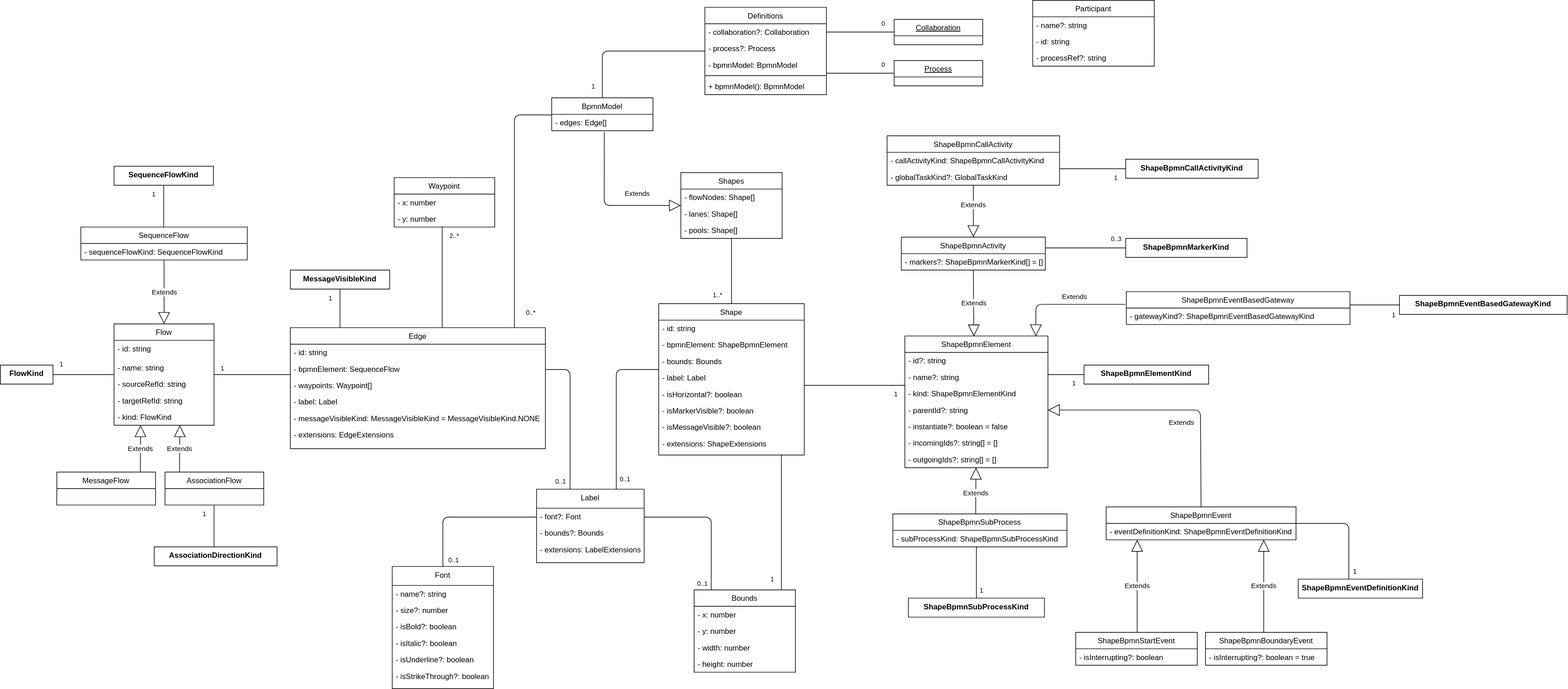
Above: docs/users/architecture/images/architecture/internal-model.svg in process-analytics/bpmn-visualization-js (draw.io), before the change. Source tidied: cells renumbered, new cells last; positions are measured from the earlier drawing's top-left corner, leaving out a move shared by most shapes.
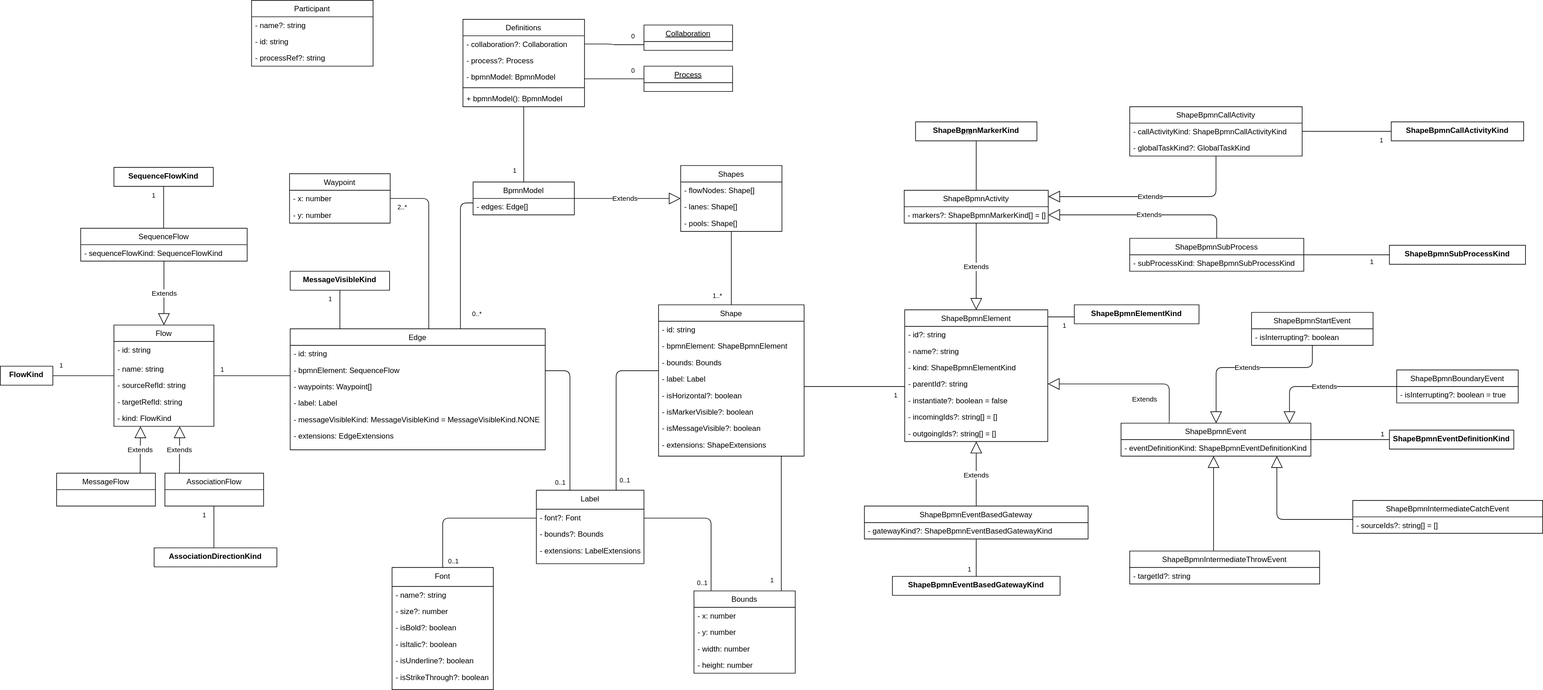
Later version of the same file.

Commit message:
Update internal-model image

Diff of the diagram source:
```diff
@@ -25,3 +25,3 @@
       <mxGeometry x="1" relative="1" as="geometry">
-        <mxPoint x="-5" y="-2" as="offset" />
+        <mxPoint x="-5" y="-5" as="offset" />
       </mxGeometry>
@@ -46,4 +46,3 @@
         <Array as="points">
-          <mxPoint x="698" y="473" />
-          <mxPoint x="698" y="473" />
+          <mxPoint x="677" y="311" />
         </Array>
@@ -95,7 +94,7 @@
     </mxCell>
-    <mxCell id="17" style="endArrow=none;html=1;edgeStyle=orthogonalEdgeStyle;shadow=0;" parent="1" edge="1" source="134" target="62">
+    <mxCell id="17" style="endArrow=none;html=1;shadow=0;edgeStyle=orthogonalEdgeStyle;" parent="1" edge="1" source="134" target="62">
       <mxGeometry relative="1" as="geometry">
         <Array as="points">
-          <mxPoint x="1686" y="591" />
-          <mxPoint x="1686" y="591" />
+          <mxPoint x="1677" y="498" />
+          <mxPoint x="1677" y="498" />
         </Array>
@@ -124,4 +123,8 @@
     </mxCell>
-    <mxCell id="23" style="endArrow=none;html=1;edgeStyle=orthogonalEdgeStyle;shadow=0;exitX=1;exitY=0.5;exitDx=0;exitDy=0;" parent="1" edge="1" source="71" target="76">
-      <mxGeometry relative="1" as="geometry" />
+    <mxCell id="23" style="endArrow=none;html=1;shadow=0;exitX=1;exitY=0.5;exitDx=0;exitDy=0;edgeStyle=orthogonalEdgeStyle;" parent="1" edge="1" source="71" target="76">
+      <mxGeometry relative="1" as="geometry">
+        <Array as="points">
+          <mxPoint x="967" y="68" />
+        </Array>
+      </mxGeometry>
     </mxCell>
@@ -135,3 +138,3 @@
         <Array as="points">
-          <mxPoint x="812" y="181" />
+          <mxPoint x="727" y="318" />
         </Array>
@@ -144,8 +147,4 @@
     </mxCell>
-    <mxCell id="27" value="Extends" style="endArrow=block;endSize=16;endFill=0;html=1;shadow=0;exitX=0.519;exitY=1.077;exitDx=0;exitDy=0;exitPerimeter=0;" parent="1" edge="1" source="79" target="43">
-      <mxGeometry x="0.41" y="19" relative="1" as="geometry">
-        <Array as="points">
-          <mxPoint x="954" y="324" />
-        </Array>
-      </mxGeometry>
+    <mxCell id="27" value="Extends" style="endArrow=block;endSize=16;endFill=0;html=1;shadow=0;" parent="1" edge="1" source="78" target="43">
+      <mxGeometry x="-0.05" relative="1" as="geometry" />
     </mxCell>
@@ -210,3 +209,3 @@
     <mxCell id="43" value="Shapes" style="swimlane;fontStyle=0;align=center;verticalAlign=top;horizontal=1;startSize=26;rounded=0;shadow=0;strokeWidth=1;fillColor=none;" parent="1" vertex="1">
-      <mxGeometry x="1075" y="272" width="160" height="104" as="geometry" />
+      <mxGeometry x="1075" y="259" width="160" height="104" as="geometry" />
     </mxCell>
@@ -221,21 +220,20 @@
     </mxCell>
-    <mxCell id="47" value="Extends" style="endArrow=block;endSize=16;endFill=0;html=1;shadow=0;exitX=0.5;exitY=0;exitDx=0;exitDy=0;" parent="1" edge="1" source="122" target="66">
-      <mxGeometry x="-0.33" y="30" relative="1" as="geometry">
+    <mxCell id="47" value="Extends" style="endArrow=block;endSize=16;endFill=0;html=1;shadow=0;exitX=0.25;exitY=0;exitDx=0;exitDy=0;edgeStyle=orthogonalEdgeStyle;" parent="1" edge="1" source="122" target="66">
+      <mxGeometry x="-0.19" y="24" relative="1" as="geometry">
         <Array as="points">
-          <mxPoint x="1896" y="647" />
+          <mxPoint x="1847" y="604" />
         </Array>
+        <mxPoint x="1" as="offset" />
       </mxGeometry>
     </mxCell>
-    <mxCell id="48" value="Extends" style="endArrow=block;endSize=16;endFill=0;html=1;shadow=0;" parent="1" edge="1">
+    <mxCell id="48" value="Extends" style="endArrow=block;endSize=16;endFill=0;html=1;shadow=0;edgeStyle=orthogonalEdgeStyle;" parent="1" edge="1" source="140" target="122">
       <mxGeometry relative="1" as="geometry">
-        <mxPoint x="1996" y="998" as="sourcePoint" />
-        <mxPoint x="1996" y="852" as="targetPoint" />
+        <Array as="points">
+          <mxPoint x="2073" y="578" />
+          <mxPoint x="1921" y="578" />
+        </Array>
       </mxGeometry>
     </mxCell>
-    <mxCell id="49" style="endArrow=none;html=1;edgeStyle=orthogonalEdgeStyle;shadow=0;" parent="1" edge="1" source="124" target="122">
-      <mxGeometry relative="1" as="geometry">
-        <Array as="points">
-          <mxPoint x="2130.5" y="826" />
-        </Array>
-      </mxGeometry>
+    <mxCell id="49" style="endArrow=none;html=1;shadow=0;" parent="1" edge="1" source="124" target="122">
+      <mxGeometry relative="1" as="geometry" />
     </mxCell>
@@ -243,12 +241,10 @@
       <mxGeometry x="-0.73" y="-1" relative="1" as="geometry">
-        <mxPoint x="8" y="10.3" as="offset" />
+        <mxPoint x="6" y="-9" as="offset" />
       </mxGeometry>
     </mxCell>
-    <mxCell id="51" value="Extends" style="endArrow=block;endSize=16;endFill=0;html=1;shadow=0;exitX=0.476;exitY=0;exitDx=0;exitDy=0;exitPerimeter=0;" parent="1" edge="1" source="126" target="62">
-      <mxGeometry x="-0.1" relative="1" as="geometry" />
+    <mxCell id="51" value="Extends" style="endArrow=block;endSize=16;endFill=0;html=1;shadow=0;edgeStyle=orthogonalEdgeStyle;entryX=1;entryY=0.5;entryDx=0;entryDy=0;exitX=0.5;exitY=0;exitDx=0;exitDy=0;" parent="1" edge="1" source="126" target="130">
+      <mxGeometry x="-0.05" relative="1" as="geometry" />
     </mxCell>
-    <mxCell id="52" style="endArrow=none;html=1;edgeStyle=orthogonalEdgeStyle;shadow=0;" parent="1" edge="1" source="150">
-      <mxGeometry relative="1" as="geometry">
-        <mxPoint x="1542" y="863" as="targetPoint" />
-      </mxGeometry>
+    <mxCell id="52" style="endArrow=none;html=1;shadow=0;" parent="1" edge="1" source="150" target="126">
+      <mxGeometry relative="1" as="geometry" />
     </mxCell>
@@ -259,7 +255,7 @@
     </mxCell>
-    <mxCell id="54" style="endArrow=none;html=1;edgeStyle=orthogonalEdgeStyle;shadow=0;" parent="1" edge="1" source="70" target="77">
+    <mxCell id="54" style="endArrow=none;html=1;shadow=0;jumpStyle=none;edgeStyle=orthogonalEdgeStyle;" parent="1" edge="1" source="70" target="77">
       <mxGeometry relative="1" as="geometry">
         <Array as="points">
-          <mxPoint x="1330" y="115" />
-          <mxPoint x="1330" y="115" />
+          <mxPoint x="947" y="122" />
+          <mxPoint x="947" y="122" />
         </Array>
@@ -282,3 +278,3 @@
     <mxCell id="58" value="Participant" style="swimlane;fontStyle=0;horizontal=1;startSize=26;fillColor=none;shadow=0;" parent="1" vertex="1">
-      <mxGeometry x="1631" width="192" height="104" as="geometry" />
+      <mxGeometry x="397" y="-2" width="192" height="104" as="geometry" />
     </mxCell>
@@ -294,3 +290,3 @@
     <mxCell id="62" value="ShapeBpmnElement" style="swimlane;fontStyle=0;horizontal=1;startSize=26;fillColor=none;shadow=0;" parent="1" vertex="1">
-      <mxGeometry x="1429" y="530" width="226" height="208" as="geometry" />
+      <mxGeometry x="1429" y="487" width="226" height="208" as="geometry" />
     </mxCell>
@@ -318,3 +314,3 @@
     <mxCell id="70" value="Definitions" style="swimlane;fontStyle=0;horizontal=1;startSize=26;fillColor=none;shadow=0;" parent="1" vertex="1">
-      <mxGeometry x="1113" y="11" width="192" height="138" as="geometry" />
+      <mxGeometry x="731" y="28" width="192" height="138" as="geometry" />
     </mxCell>
@@ -336,9 +332,9 @@
     <mxCell id="76" value="Collaboration" style="swimlane;fontStyle=4;horizontal=1;startSize=26;fillColor=none;shadow=0;" parent="1" vertex="1">
-      <mxGeometry x="1412" y="30" width="140" height="40" as="geometry" />
+      <mxGeometry x="1017" y="37" width="140" height="40" as="geometry" />
     </mxCell>
     <mxCell id="77" value="Process" style="swimlane;fontStyle=4;horizontal=1;startSize=26;fillColor=none;shadow=0;" parent="1" vertex="1">
-      <mxGeometry x="1412" y="95" width="140" height="40" as="geometry" />
+      <mxGeometry x="1017" y="102" width="140" height="40" as="geometry" />
     </mxCell>
     <mxCell id="78" value="BpmnModel" style="swimlane;fontStyle=0;align=center;verticalAlign=top;horizontal=1;startSize=26;rounded=0;shadow=0;strokeWidth=1;fillColor=none;" parent="1" vertex="1">
-      <mxGeometry x="871" y="154" width="160" height="52" as="geometry" />
+      <mxGeometry x="747" y="285" width="160" height="52" as="geometry" />
     </mxCell>
@@ -426,3 +422,3 @@
     <mxCell id="106" value="Waypoint" style="swimlane;fontStyle=0;horizontal=1;startSize=26;fillColor=none;shadow=0;" parent="1" vertex="1">
-      <mxGeometry x="622" y="280" width="159" height="78" as="geometry" />
+      <mxGeometry x="457" y="272" width="159" height="78" as="geometry" />
     </mxCell>
@@ -494,8 +490,3 @@
     <mxCell id="120" style="endArrow=none;html=1;edgeStyle=orthogonalEdgeStyle;shadow=0;" parent="1" edge="1" source="125" target="129">
-      <mxGeometry relative="1" as="geometry">
-        <Array as="points">
-          <mxPoint x="1624.1" y="401" />
-          <mxPoint x="1624.1" y="401" />
-        </Array>
-      </mxGeometry>
+      <mxGeometry relative="1" as="geometry" />
     </mxCell>
@@ -507,3 +498,3 @@
     <mxCell id="122" value="ShapeBpmnEvent" style="swimlane;fontStyle=0;horizontal=1;startSize=26;fillColor=none;shadow=0;" parent="1" vertex="1">
-      <mxGeometry x="1747" y="800" width="300" height="52" as="geometry" />
+      <mxGeometry x="1770.8" y="666" width="300" height="52" as="geometry" />
     </mxCell>
@@ -513,9 +504,9 @@
     <mxCell id="124" value="ShapeBpmnEventDefinitionKind" style="swimlane;fontStyle=1;horizontal=1;startSize=26;fillColor=none;swimlaneLine=0;rounded=0;shadow=0;comic=0;glass=0;" parent="1" vertex="1">
-      <mxGeometry x="2050.5" y="914" width="196.5" height="30" as="geometry" />
+      <mxGeometry x="2194.9" y="677" width="196.5" height="30" as="geometry" />
     </mxCell>
     <mxCell id="125" value="ShapeBpmnMarkerKind" style="swimlane;fontStyle=1;horizontal=1;startSize=26;fillColor=none;swimlaneLine=0;rounded=0;shadow=0;comic=0;glass=0;" parent="1" vertex="1">
-      <mxGeometry x="1777.9" y="376" width="191.8" height="30" as="geometry" />
+      <mxGeometry x="1446.1" y="190" width="191.8" height="30" as="geometry" />
     </mxCell>
     <mxCell id="126" value="ShapeBpmnSubProcess" style="swimlane;fontStyle=0;horizontal=1;startSize=26;fillColor=none;shadow=0;" parent="1" vertex="1">
-      <mxGeometry x="1410" y="811" width="275" height="52" as="geometry" />
+      <mxGeometry x="1784.5" y="374" width="275" height="52" as="geometry" />
     </mxCell>
@@ -524,7 +515,11 @@
     </mxCell>
-    <mxCell id="128" value="Extends" style="endArrow=block;endSize=16;endFill=0;html=1;shadow=0;" parent="1" edge="1" source="131" target="129">
-      <mxGeometry x="-0.25" relative="1" as="geometry" />
+    <mxCell id="128" value="Extends" style="endArrow=block;endSize=16;endFill=0;html=1;shadow=0;edgeStyle=orthogonalEdgeStyle;" parent="1" edge="1" source="131" target="129">
+      <mxGeometry x="0.02" relative="1" as="geometry">
+        <Array as="points">
+          <mxPoint x="1921" y="308" />
+        </Array>
+      </mxGeometry>
     </mxCell>
     <mxCell id="129" value="ShapeBpmnActivity" style="swimlane;fontStyle=0;horizontal=1;startSize=26;fillColor=none;shadow=0;" parent="1" vertex="1">
-      <mxGeometry x="1423.4" y="374" width="227.5" height="52" as="geometry" />
+      <mxGeometry x="1428.2" y="298" width="227.5" height="52" as="geometry" />
     </mxCell>
@@ -534,3 +529,3 @@
     <mxCell id="131" value="ShapeBpmnCallActivity" style="swimlane;fontStyle=0;horizontal=1;startSize=26;fillColor=none;shadow=0;" parent="1" vertex="1">
-      <mxGeometry x="1400.9" y="214" width="272.5" height="78" as="geometry" />
+      <mxGeometry x="1784.5" y="166" width="272.5" height="78" as="geometry" />
     </mxCell>
@@ -543,14 +538,9 @@
     <mxCell id="134" value="ShapeBpmnElementKind" style="swimlane;fontStyle=1;horizontal=1;startSize=26;fillColor=none;swimlaneLine=0;rounded=0;shadow=0;comic=0;glass=0;" parent="1" vertex="1">
-      <mxGeometry x="1712" y="576" width="197" height="30" as="geometry" />
+      <mxGeometry x="1697" y="479" width="197" height="30" as="geometry" />
     </mxCell>
     <mxCell id="135" value="ShapeBpmnCallActivityKind" style="swimlane;fontStyle=1;horizontal=1;startSize=26;fillColor=none;swimlaneLine=0;rounded=0;shadow=0;comic=0;glass=0;" parent="1" vertex="1">
-      <mxGeometry x="1777.9" y="251" width="209.2" height="30" as="geometry" />
+      <mxGeometry x="2197.8" y="190" width="209.2" height="30" as="geometry" />
     </mxCell>
-    <mxCell id="136" style="endArrow=none;html=1;edgeStyle=orthogonalEdgeStyle;shadow=0;exitX=0;exitY=0.5;exitDx=0;exitDy=0;" parent="1" edge="1" source="135" target="131">
-      <mxGeometry relative="1" as="geometry">
-        <Array as="points">
-          <mxPoint x="1699.1" y="266" />
-          <mxPoint x="1699.1" y="266" />
-        </Array>
-      </mxGeometry>
+    <mxCell id="136" style="endArrow=none;html=1;shadow=0;" parent="1" edge="1" source="135" target="131">
+      <mxGeometry relative="1" as="geometry" />
     </mxCell>
@@ -562,3 +552,3 @@
     <mxCell id="138" value="ShapeBpmnBoundaryEvent" style="swimlane;fontStyle=0;horizontal=1;startSize=26;fillColor=none;shadow=0;" parent="1" vertex="1">
-      <mxGeometry x="1904" y="998" width="192" height="52" as="geometry" />
+      <mxGeometry x="2206.4" y="582" width="192" height="52" as="geometry" />
     </mxCell>
@@ -568,3 +558,3 @@
     <mxCell id="140" value="ShapeBpmnStartEvent" style="swimlane;fontStyle=0;horizontal=1;startSize=26;fillColor=none;shadow=0;" parent="1" vertex="1">
-      <mxGeometry x="1699" y="998" width="192" height="52" as="geometry" />
+      <mxGeometry x="1977" y="491" width="192" height="52" as="geometry" />
     </mxCell>
@@ -573,6 +563,7 @@
     </mxCell>
-    <mxCell id="142" value="Extends" style="endArrow=block;endSize=16;endFill=0;html=1;shadow=0;" parent="1" edge="1">
+    <mxCell id="142" value="Extends" style="endArrow=block;endSize=16;endFill=0;html=1;shadow=0;edgeStyle=orthogonalEdgeStyle;exitX=0;exitY=0.5;exitDx=0;exitDy=0;" parent="1" edge="1" source="138" target="122">
       <mxGeometry relative="1" as="geometry">
-        <mxPoint x="1796" y="998" as="sourcePoint" />
-        <mxPoint x="1796" y="852" as="targetPoint" />
+        <Array as="points">
+          <mxPoint x="2037" y="608" />
+        </Array>
       </mxGeometry>
@@ -580,3 +571,3 @@
     <mxCell id="143" value="ShapeBpmnEventBasedGateway" style="swimlane;fontStyle=0;horizontal=1;startSize=26;fillColor=none;shadow=0;" parent="1" vertex="1">
-      <mxGeometry x="1778.9" y="460" width="353.4" height="52" as="geometry" />
+      <mxGeometry x="1365.3" y="797" width="353.4" height="52" as="geometry" />
     </mxCell>
@@ -586,11 +577,6 @@
     <mxCell id="145" value="ShapeBpmnEventBasedGatewayKind" style="swimlane;fontStyle=1;horizontal=1;startSize=26;fillColor=none;swimlaneLine=0;rounded=0;shadow=0;comic=0;glass=0;" parent="1" vertex="1">
-      <mxGeometry x="2210.5" y="466" width="264.9" height="30" as="geometry" />
+      <mxGeometry x="1409.6" y="908" width="264.9" height="30" as="geometry" />
     </mxCell>
-    <mxCell id="146" style="endArrow=none;html=1;edgeStyle=orthogonalEdgeStyle;shadow=0;exitX=0;exitY=0.5;exitDx=0;exitDy=0;" parent="1" edge="1" source="145" target="143">
-      <mxGeometry relative="1" as="geometry">
-        <Array as="points">
-          <mxPoint x="2160.1" y="481" />
-          <mxPoint x="2160.1" y="481" />
-        </Array>
-      </mxGeometry>
+    <mxCell id="146" style="endArrow=none;html=1;shadow=0;" parent="1" edge="1" source="145" target="143">
+      <mxGeometry relative="1" as="geometry" />
     </mxCell>
@@ -598,19 +584,13 @@
       <mxGeometry x="-1" relative="1" as="geometry">
-        <mxPoint x="-13.5" y="24" as="offset" />
+        <mxPoint x="-15" y="-3" as="offset" />
       </mxGeometry>
     </mxCell>
-    <mxCell id="148" value="Extends" style="endArrow=block;endSize=16;endFill=0;html=1;shadow=0;entryX=0.482;entryY=0.003;entryDx=0;entryDy=0;entryPerimeter=0;" parent="1" edge="1" source="130" target="62">
+    <mxCell id="148" value="Extends" style="endArrow=block;endSize=16;endFill=0;html=1;shadow=0;entryX=0.5;entryY=0;entryDx=0;entryDy=0;" parent="1" edge="1" source="129" target="62">
       <mxGeometry relative="1" as="geometry" />
     </mxCell>
-    <mxCell id="149" value="Extends" style="endArrow=block;endSize=16;endFill=0;html=1;shadow=0;entryX=0.482;entryY=0.003;entryDx=0;entryDy=0;entryPerimeter=0;" parent="1" edge="1">
-      <mxGeometry x="-0.16" y="-12" relative="1" as="geometry">
-        <mxPoint x="1777" y="480" as="sourcePoint" />
-        <mxPoint x="1636" y="530.5" as="targetPoint" />
-        <Array as="points">
-          <mxPoint x="1636" y="480" />
-        </Array>
-      </mxGeometry>
+    <mxCell id="149" value="Extends" style="endArrow=block;endSize=16;endFill=0;html=1;shadow=0;" parent="1" edge="1" source="143" target="62">
+      <mxGeometry x="-0.04" relative="1" as="geometry" />
     </mxCell>
     <mxCell id="150" value="ShapeBpmnSubProcessKind" style="swimlane;fontStyle=1;horizontal=1;startSize=26;fillColor=none;swimlaneLine=0;rounded=0;shadow=0;comic=0;glass=0;" parent="1" vertex="1">
-      <mxGeometry x="1434.5" y="944" width="215" height="30" as="geometry" />
+      <mxGeometry x="2194.9" y="385" width="215" height="30" as="geometry" />
     </mxCell>
@@ -634,2 +614,29 @@
     </mxCell>
+    <mxCell id="157" style="rounded=1;jettySize=auto;html=1;endSize=16;endFill=0;endArrow=block;edgeStyle=orthogonalEdgeStyle;" parent="1" edge="1" source="158" target="122">
+      <mxGeometry relative="1" as="geometry">
+        <Array as="points">
+          <mxPoint x="2017" y="818" />
+        </Array>
+      </mxGeometry>
+    </mxCell>
+    <mxCell id="158" value="ShapeBpmnIntermediateCatchEvent" style="swimlane;fontStyle=0;horizontal=1;startSize=26;fillColor=none;shadow=0;" parent="1" vertex="1">
+      <mxGeometry x="2137" y="788" width="300" height="52" as="geometry" />
+    </mxCell>
+    <mxCell id="159" value="- sourceIds?: string[] = []" style="text;strokeColor=none;fillColor=none;align=left;verticalAlign=top;spacingLeft=4;spacingRight=4;overflow=hidden;shadow=0;" parent="158" vertex="1">
+      <mxGeometry y="26" width="300" height="26" as="geometry" />
+    </mxCell>
+    <mxCell id="160" style="rounded=1;jettySize=auto;html=1;endSize=16;endFill=0;endArrow=block;edgeStyle=orthogonalEdgeStyle;" parent="1" edge="1" source="161" target="122">
+      <mxGeometry relative="1" as="geometry">
+        <Array as="points">
+          <mxPoint x="1917" y="818" />
+          <mxPoint x="1917" y="818" />
+        </Array>
+      </mxGeometry>
+    </mxCell>
+    <mxCell id="161" value="ShapeBpmnIntermediateThrowEvent" style="swimlane;fontStyle=0;horizontal=1;startSize=26;fillColor=none;shadow=0;" parent="1" vertex="1">
+      <mxGeometry x="1784.5" y="868" width="300" height="52" as="geometry" />
+    </mxCell>
+    <mxCell id="162" value="- targetId?: string" style="text;strokeColor=none;fillColor=none;align=left;verticalAlign=top;spacingLeft=4;spacingRight=4;overflow=hidden;shadow=0;" parent="161" vertex="1">
+      <mxGeometry y="26" width="300" height="26" as="geometry" />
+    </mxCell>
   </root>
```
